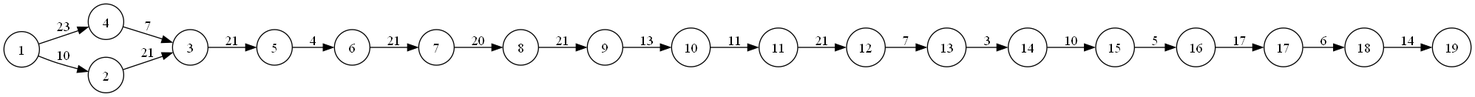
The Graphviz diagram Fase3/grafo_route.dot.png in JoseLorenzana272/DataStructures_Projects_Fortran, before a commit. Its source is kept beside it as Fase3/grafo_route.dot.
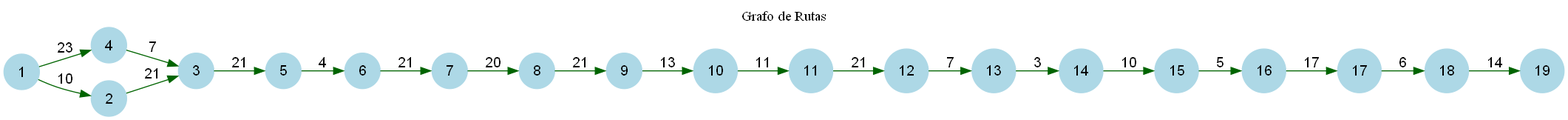
After the commit.

The edit, as a diff of the source:
```diff
@@ -1,23 +1,26 @@
  digraph G {
      rankdir=LR;
-     node [shape=circle];
-    18 -> 19 [label="14"];
-    17 -> 18 [label="6"];
-    16 -> 17 [label="17"];
-    15 -> 16 [label="5"];
-    14 -> 15 [label="10"];
-    13 -> 14 [label="3"];
-    12 -> 13 [label="7"];
-    11 -> 12 [label="21"];
-    9 -> 10 [label="13"];
-    8 -> 9 [label="21"];
-    7 -> 8 [label="20"];
-    6 -> 7 [label="21"];
-    4 -> 3 [label="7"];
-    3 -> 5 [label="21"];
-    10 -> 11 [label="11"];
-    5 -> 6 [label="4"];
-    1 -> 2 [label="10"];
-    1 -> 4 [label="23"];
-    2 -> 3 [label="21"];
+    labelloc="t"; label="Grafo de Rutas
+";
+     node [shape=circle, style=filled, color=lightblue, fontname="Arial"];
+     edge [fontname="Arial"];
+    18 -> 19 [label="14", color=darkgreen];
+    17 -> 18 [label="6", color=darkgreen];
+    16 -> 17 [label="17", color=darkgreen];
+    15 -> 16 [label="5", color=darkgreen];
+    14 -> 15 [label="10", color=darkgreen];
+    13 -> 14 [label="3", color=darkgreen];
+    12 -> 13 [label="7", color=darkgreen];
+    11 -> 12 [label="21", color=darkgreen];
+    9 -> 10 [label="13", color=darkgreen];
+    8 -> 9 [label="21", color=darkgreen];
+    7 -> 8 [label="20", color=darkgreen];
+    6 -> 7 [label="21", color=darkgreen];
+    4 -> 3 [label="7", color=darkgreen];
+    3 -> 5 [label="21", color=darkgreen];
+    10 -> 11 [label="11", color=darkgreen];
+    5 -> 6 [label="4", color=darkgreen];
+    1 -> 2 [label="10", color=darkgreen];
+    1 -> 4 [label="23", color=darkgreen];
+    2 -> 3 [label="21", color=darkgreen];
  }
```
